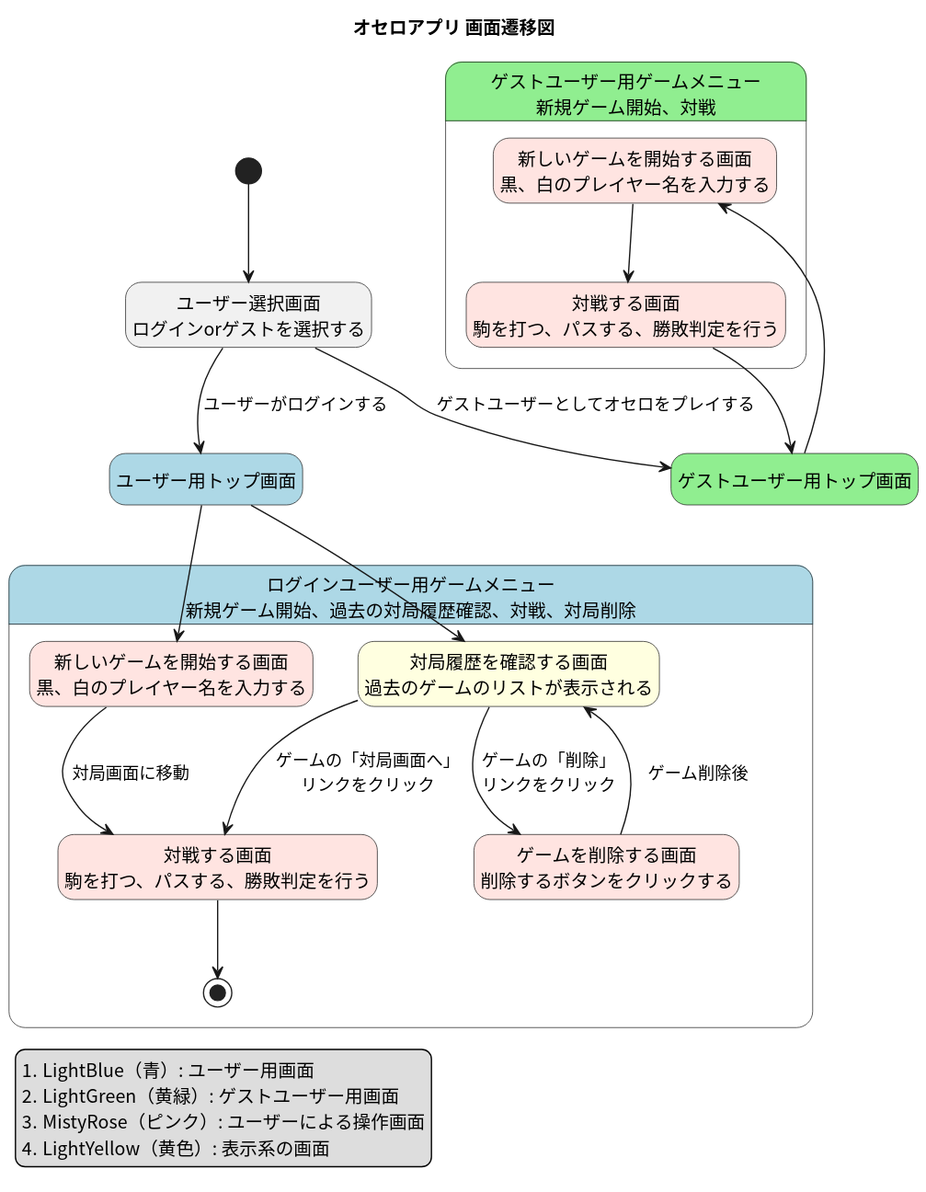
Before: docs/screen_flow/screen_flow_diagram/screen_flow.svg, a diagram exported from PlantUML (tomoki-shiozaki/othello).
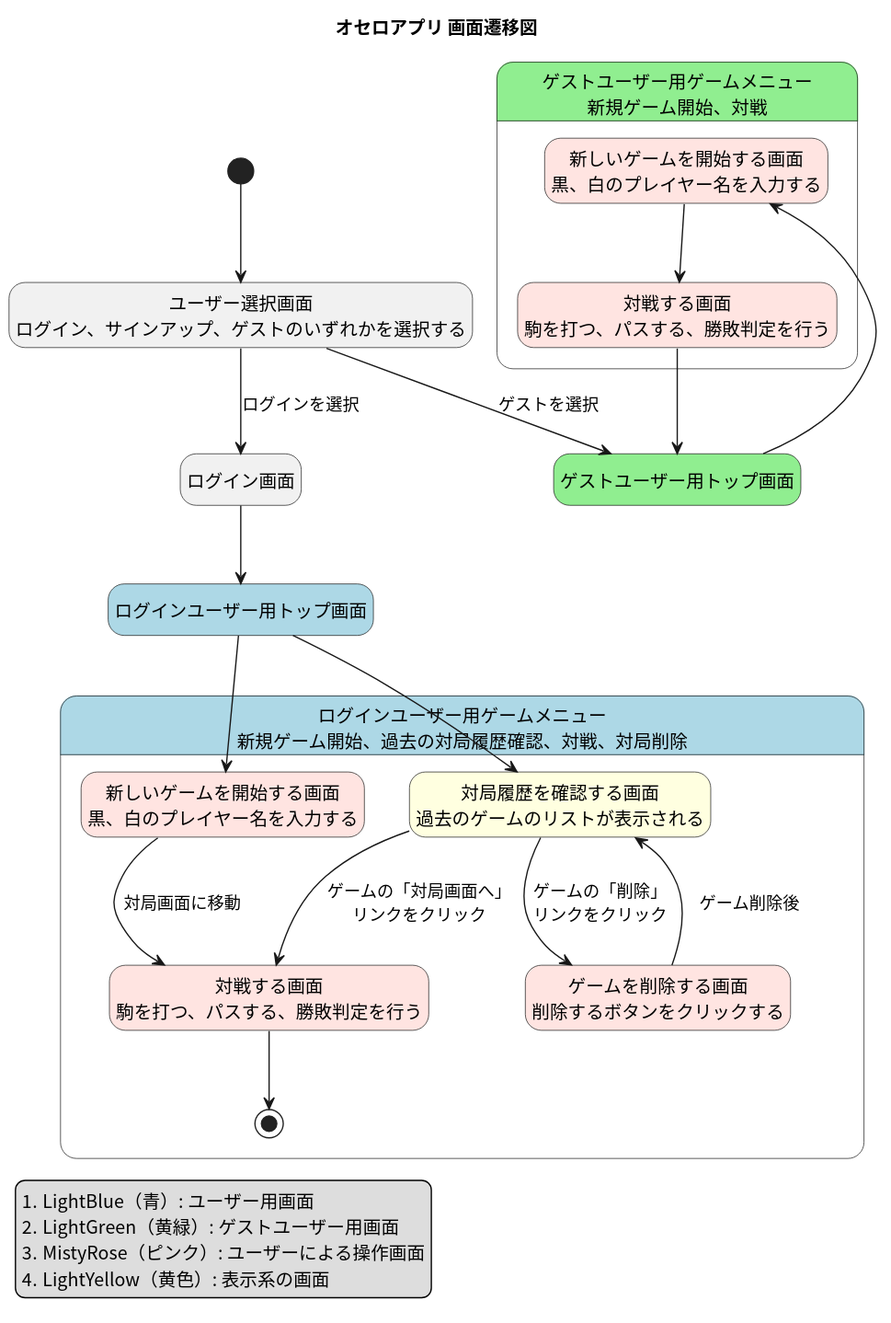
After the change.

Commit message:
docs(screen flow): describe login, signup, and guest buttons on the user selection screen

Change to the diagram source:
```diff
@@ -14,11 +14,13 @@
 
 [*] --> notLogin
 
-state "ユーザー選択画面\nログインorゲストを選択する" as notLogin
-state "ユーザー用トップ画面" as user #LightBlue
+state "ユーザー選択画面\nログイン、サインアップ、ゲストのいずれかを選択する" as notLogin
+state "ログイン画面" as login
+state "ログインユーザー用トップ画面" as user #LightBlue
 
 
-notLogin --> user : ユーザーがログインする
+notLogin --> login : ログインを選択
+login --> user
 
 state "ログインユーザー用ゲームメニュー\n新規ゲーム開始、過去の対局履歴確認、対戦、対局削除" as loginGameMenu #LightBlue {
     state "新しいゲームを開始する画面\n黒、白のプレイヤー名を入力する" as newGame <<操作>>
@@ -36,7 +38,7 @@
 user --> GameHistory
 
 state "ゲストユーザー用トップ画面" as guestUserTop #LightGreen
-notLogin --> guestUserTop : ゲストユーザーとしてオセロをプレイする
+notLogin --> guestUserTop : ゲストを選択
 
 state "ゲストユーザー用ゲームメニュー\n新規ゲーム開始、対戦" as guestGameMenu #LightGreen {
   state "新しいゲームを開始する画面\n黒、白のプレイヤー名を入力する" as newGuestGame <<操作>>
```
